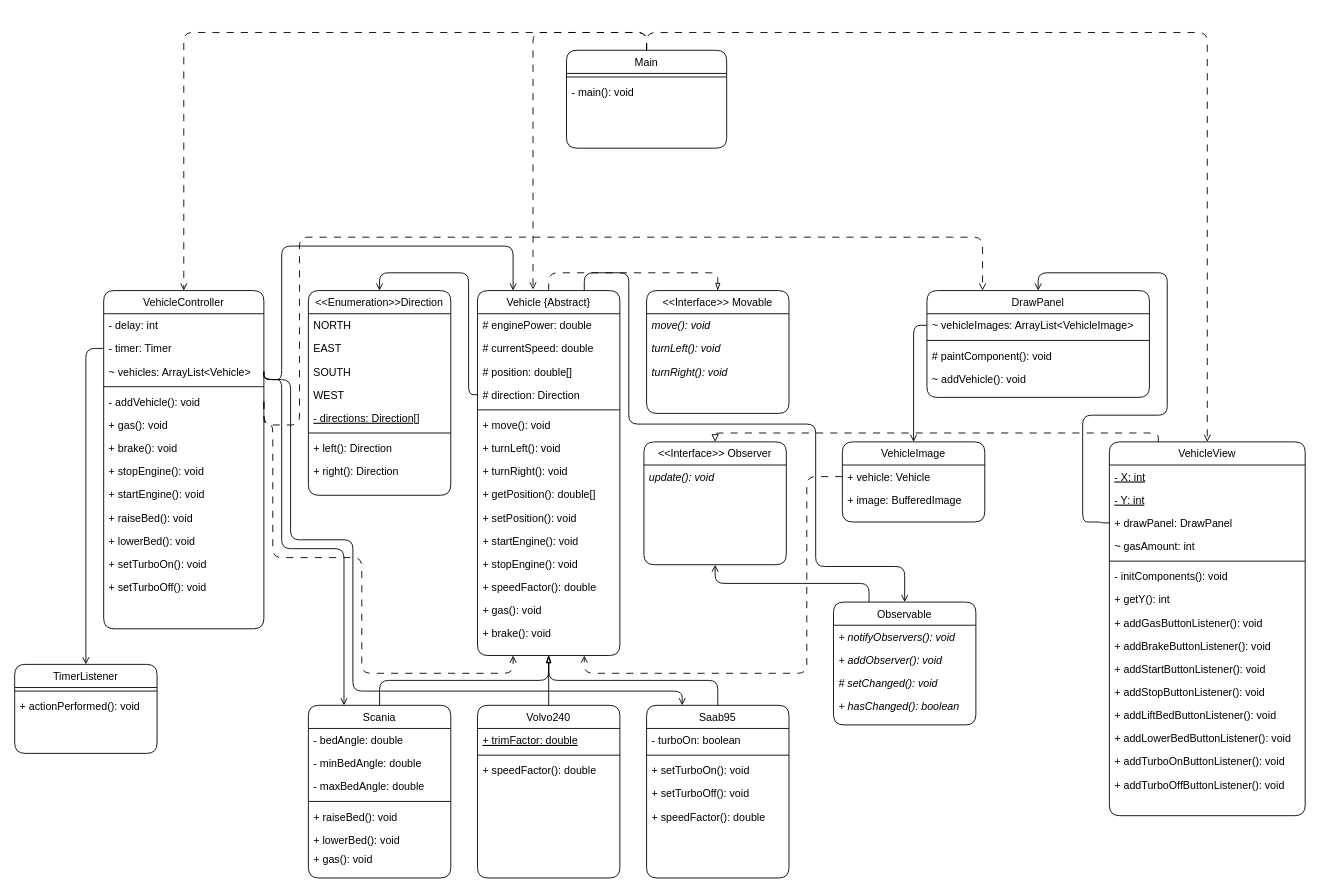
Earlier version of the draw.io diagram target/classes/Lab3_del2.drawio (ElliotMS-Chalmers/TDA553-lab-4). Source tidied: cells renumbered, new cells numbered last; positions are measured from the earlier drawing's top-left corner, leaving out a move shared by most shapes. Both pictures are drawn from the tidied source at 89%, with x=0, y=0 at pixel (14, 50).
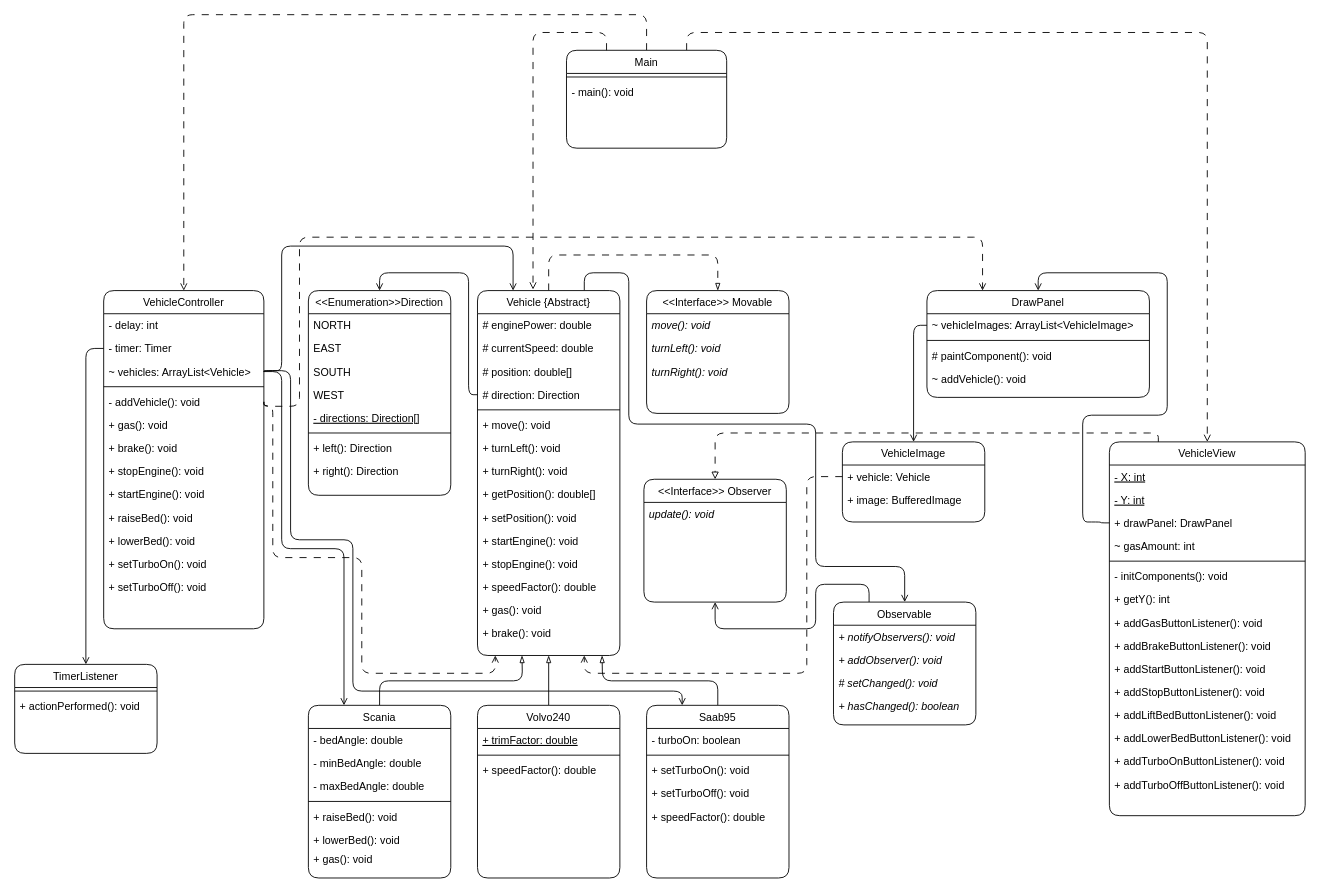
The same diagram, later.

The change refers to these unchanged cells:
```xml
<mxCell id="2" value="VehicleController" style="swimlane;fontStyle=0;align=center;verticalAlign=top;horizontal=1;startSize=26;rounded=1;shadow=0;strokeWidth=1;" parent="1" vertex="1">
  <mxGeometry x="100" y="270" width="180" height="380" as="geometry" />
</mxCell>
<mxCell id="5" value="~ vehicles: ArrayList&lt;Vehicle&gt;" style="text;align=left;verticalAlign=top;spacingLeft=4;spacingRight=4;overflow=hidden;points=[[0,0.5],[1,0.5]];portConstraint=eastwest;rounded=1;" parent="2" vertex="1">
  <mxGeometry y="78" width="180" height="26" as="geometry" />
</mxCell>
<mxCell id="7" value="- addVehicle(): void" style="text;align=left;verticalAlign=top;spacingLeft=4;spacingRight=4;overflow=hidden;points=[[0,0.5],[1,0.5]];portConstraint=eastwest;rounded=1;" parent="2" vertex="1">
  <mxGeometry y="112" width="180" height="26" as="geometry" />
</mxCell>
<mxCell id="17" value="Saab95" style="swimlane;fontStyle=0;align=center;verticalAlign=top;horizontal=1;startSize=26;rounded=1;shadow=0;strokeWidth=1;" parent="1" vertex="1">
  <mxGeometry x="710" y="736" width="160" height="194" as="geometry" />
</mxCell>
<mxCell id="24" value="VehicleView" style="swimlane;fontStyle=0;align=center;verticalAlign=top;horizontal=1;startSize=26;rounded=1;shadow=0;strokeWidth=1;" parent="1" vertex="1">
  <mxGeometry x="1230" y="440" width="220" height="420" as="geometry" />
</mxCell>
<mxCell id="40" value="DrawPanel" style="swimlane;fontStyle=0;align=center;verticalAlign=top;horizontal=1;startSize=26;rounded=1;shadow=0;strokeWidth=1;" parent="1" vertex="1">
  <mxGeometry x="1025" y="270" width="250" height="120" as="geometry" />
</mxCell>
<mxCell id="49" value="Scania" style="swimlane;fontStyle=0;align=center;verticalAlign=top;horizontal=1;startSize=26;rounded=1;shadow=0;strokeWidth=1;" parent="1" vertex="1">
  <mxGeometry x="330" y="736" width="160" height="194" as="geometry" />
</mxCell>
<mxCell id="62" value="&lt;&lt;Interface&gt;&gt; Movable" style="swimlane;fontStyle=0;align=center;verticalAlign=top;horizontal=1;startSize=26;rounded=1;shadow=0;strokeWidth=1;" parent="1" vertex="1">
  <mxGeometry x="710" y="270" width="160" height="138" as="geometry" />
</mxCell>
<mxCell id="68" value="Vehicle {Abstract}" style="swimlane;fontStyle=0;align=center;verticalAlign=top;horizontal=1;startSize=26;rounded=1;shadow=0;strokeWidth=1;" parent="1" vertex="1">
  <mxGeometry x="520" y="270" width="160" height="410" as="geometry" />
</mxCell>
<mxCell id="107" value="Main" style="swimlane;fontStyle=0;align=center;verticalAlign=top;horizontal=1;startSize=26;rounded=1;shadow=0;strokeWidth=1;" parent="1" vertex="1">
  <mxGeometry x="620" width="180" height="110" as="geometry" />
</mxCell>
<mxCell id="114" value="Observable" style="swimlane;fontStyle=0;align=center;verticalAlign=top;horizontal=1;startSize=26;rounded=1;shadow=0;strokeWidth=1;" parent="1" vertex="1">
  <mxGeometry x="920" y="620" width="160" height="138" as="geometry" />
</mxCell>
```

Diff of the diagram source:
```diff
@@
-    <mxCell id="16" style="edgeStyle=orthogonalEdgeStyle;rounded=1;jettySize=auto;html=1;exitX=0.5;exitY=0;exitDx=0;exitDy=0;entryX=0.5;entryY=1;entryDx=0;entryDy=0;endArrow=blockThin;endFill=0;" parent="1" edge="1" source="17" target="68">
-      <mxGeometry relative="1" as="geometry" />
+    <mxCell id="16" style="edgeStyle=orthogonalEdgeStyle;rounded=1;jettySize=auto;html=1;exitX=0.5;exitY=0;exitDx=0;exitDy=0;endArrow=blockThin;endFill=0;" parent="1" edge="1" source="17">
+      <mxGeometry relative="1" as="geometry">
+        <mxPoint x="660" y="680" as="targetPoint" />
+      </mxGeometry>
     </mxCell>
@@
-    <mxCell id="48" style="edgeStyle=orthogonalEdgeStyle;rounded=1;jettySize=auto;html=1;exitX=0.5;exitY=0;exitDx=0;exitDy=0;entryX=0.5;entryY=1;entryDx=0;entryDy=0;endArrow=blockThin;endFill=0;" parent="1" edge="1" source="49" target="68">
-      <mxGeometry relative="1" as="geometry" />
+    <mxCell id="48" style="edgeStyle=orthogonalEdgeStyle;rounded=1;jettySize=auto;html=1;exitX=0.5;exitY=0;exitDx=0;exitDy=0;endArrow=blockThin;endFill=0;" parent="1" edge="1" source="49">
+      <mxGeometry relative="1" as="geometry">
+        <mxPoint x="570" y="680" as="targetPoint" />
+      </mxGeometry>
     </mxCell>
@@
     <mxCell id="66" style="edgeStyle=orthogonalEdgeStyle;rounded=1;jettySize=auto;html=1;exitX=0.5;exitY=0;exitDx=0;exitDy=0;entryX=0.5;entryY=0;entryDx=0;entryDy=0;dashed=1;dashPattern=8 8;endArrow=blockThin;endFill=0;" parent="1" edge="1" source="68" target="62">
-      <mxGeometry relative="1" as="geometry" />
+      <mxGeometry relative="1" as="geometry">
+        <Array as="points">
+          <mxPoint x="600" y="230" />
+          <mxPoint x="790" y="230" />
+        </Array>
+      </mxGeometry>
     </mxCell>
@@
     <mxCell id="100" style="edgeStyle=orthogonalEdgeStyle;rounded=1;jettySize=auto;html=1;exitX=1;exitY=0.5;exitDx=0;exitDy=0;entryX=0.25;entryY=0;entryDx=0;entryDy=0;endArrow=open;endFill=0;" parent="1" edge="1" source="5" target="68">
       <mxGeometry relative="1" as="geometry">
         <Array as="points">
-          <mxPoint x="280" y="370" />
-          <mxPoint x="300" y="370" />
+          <mxPoint x="300" y="360" />
           <mxPoint x="300" y="220" />
           <mxPoint x="560" y="220" />
         </Array>
       </mxGeometry>
     </mxCell>
     <mxCell id="101" style="edgeStyle=orthogonalEdgeStyle;rounded=1;jettySize=auto;html=1;exitX=1;exitY=0.5;exitDx=0;exitDy=0;entryX=0.25;entryY=0;entryDx=0;entryDy=0;endArrow=open;endFill=0;" parent="1" edge="1" source="5" target="49">
       <mxGeometry relative="1" as="geometry">
         <Array as="points">
-          <mxPoint x="280" y="370" />
-          <mxPoint x="300" y="370" />
+          <mxPoint x="300" y="361" />
           <mxPoint x="300" y="560" />
           <mxPoint x="370" y="560" />
         </Array>
       </mxGeometry>
     </mxCell>
     <mxCell id="102" style="edgeStyle=orthogonalEdgeStyle;rounded=1;jettySize=auto;html=1;exitX=1;exitY=0.5;exitDx=0;exitDy=0;entryX=0.25;entryY=0;entryDx=0;entryDy=0;endArrow=open;endFill=0;" parent="1" edge="1" source="5" target="17">
       <mxGeometry relative="1" as="geometry">
         <Array as="points">
-          <mxPoint x="280" y="370" />
-          <mxPoint x="310" y="370" />
+          <mxPoint x="310" y="360" />
           <mxPoint x="310" y="550" />
           <mxPoint x="380" y="550" />
           <mxPoint x="380" y="720" />
           <mxPoint x="750" y="720" />
         </Array>
       </mxGeometry>
     </mxCell>
-    <mxCell id="103" style="edgeStyle=orthogonalEdgeStyle;rounded=1;jettySize=auto;html=1;exitX=1;exitY=0.5;exitDx=0;exitDy=0;entryX=0.25;entryY=1;entryDx=0;entryDy=0;dashed=1;dashPattern=8 8;endArrow=open;endFill=0;" parent="1" edge="1" source="7" target="68">
+    <mxCell id="103" style="edgeStyle=orthogonalEdgeStyle;rounded=1;jettySize=auto;html=1;exitX=1;exitY=0.5;exitDx=0;exitDy=0;dashed=1;dashPattern=8 8;endArrow=open;endFill=0;" parent="1" edge="1" source="7">
       <mxGeometry relative="1" as="geometry">
+        <mxPoint x="540" y="680" as="targetPoint" />
         <Array as="points">
-          <mxPoint x="290" y="421" />
+          <mxPoint x="280" y="400" />
+          <mxPoint x="290" y="400" />
           <mxPoint x="290" y="570" />
           <mxPoint x="390" y="570" />
           <mxPoint x="390" y="700" />
-          <mxPoint x="560" y="700" />
+          <mxPoint x="540" y="700" />
         </Array>
       </mxGeometry>
     </mxCell>
     <mxCell id="104" style="edgeStyle=orthogonalEdgeStyle;rounded=1;jettySize=auto;html=1;exitX=1;exitY=0.5;exitDx=0;exitDy=0;entryX=0.25;entryY=0;entryDx=0;entryDy=0;dashed=1;dashPattern=8 8;endArrow=open;endFill=0;" parent="1" edge="1" source="7" target="40">
       <mxGeometry relative="1" as="geometry">
         <Array as="points">
-          <mxPoint x="320" y="421" />
+          <mxPoint x="280" y="400" />
+          <mxPoint x="320" y="400" />
           <mxPoint x="320" y="210" />
           <mxPoint x="1088" y="210" />
         </Array>
       </mxGeometry>
     </mxCell>
     <mxCell id="105" style="edgeStyle=orthogonalEdgeStyle;jettySize=auto;html=1;exitX=0.5;exitY=0;exitDx=0;exitDy=0;entryX=0.5;entryY=0;entryDx=0;entryDy=0;rounded=1;endArrow=open;endFill=0;dashed=1;dashPattern=8 8;" parent="1" edge="1" source="107" target="2">
-      <mxGeometry relative="1" as="geometry" />
+      <mxGeometry relative="1" as="geometry">
+        <Array as="points">
+          <mxPoint x="710" y="-40" />
+          <mxPoint x="190" y="-40" />
+        </Array>
+      </mxGeometry>
     </mxCell>
-    <mxCell id="106" style="edgeStyle=orthogonalEdgeStyle;jettySize=auto;html=1;exitX=0.5;exitY=0;exitDx=0;exitDy=0;dashed=1;dashPattern=8 8;endArrow=open;endFill=0;rounded=1;" parent="1" edge="1" source="107" target="24">
+    <mxCell id="106" style="edgeStyle=orthogonalEdgeStyle;jettySize=auto;html=1;exitX=0.75;exitY=0;exitDx=0;exitDy=0;dashed=1;dashPattern=8 8;endArrow=open;endFill=0;rounded=1;" parent="1" edge="1" source="107" target="24">
       <mxGeometry relative="1" as="geometry" />
     </mxCell>
@@
-    <mxCell id="110" style="edgeStyle=orthogonalEdgeStyle;rounded=1;jettySize=auto;html=1;exitX=0.5;exitY=0;exitDx=0;exitDy=0;entryX=0.39;entryY=-0.003;entryDx=0;entryDy=0;entryPerimeter=0;dashed=1;dashPattern=8 8;endArrow=open;endFill=0;" parent="1" edge="1" source="107" target="68">
+    <mxCell id="110" style="edgeStyle=orthogonalEdgeStyle;rounded=1;jettySize=auto;html=1;exitX=0.25;exitY=0;exitDx=0;exitDy=0;entryX=0.39;entryY=-0.003;entryDx=0;entryDy=0;entryPerimeter=0;dashed=1;dashPattern=8 8;endArrow=open;endFill=0;" parent="1" edge="1" source="107" target="68">
       <mxGeometry relative="1" as="geometry" />
     </mxCell>
     <mxCell id="111" value="&lt;&lt;Interface&gt;&gt; Observer" style="swimlane;fontStyle=0;align=center;verticalAlign=top;horizontal=1;startSize=26;rounded=1;shadow=0;strokeWidth=1;" parent="1" vertex="1">
-      <mxGeometry x="707" y="440" width="160" height="138" as="geometry" />
+      <mxGeometry x="707" y="482" width="160" height="138" as="geometry" />
     </mxCell>
@@
     <mxCell id="113" style="edgeStyle=orthogonalEdgeStyle;rounded=1;jettySize=auto;html=1;exitX=0.25;exitY=0;exitDx=0;exitDy=0;entryX=0.5;entryY=1;entryDx=0;entryDy=0;endArrow=open;endFill=0;" parent="1" edge="1" source="114" target="111">
-      <mxGeometry relative="1" as="geometry" />
+      <mxGeometry relative="1" as="geometry">
+        <Array as="points">
+          <mxPoint x="960" y="600" />
+          <mxPoint x="900" y="600" />
+          <mxPoint x="900" y="650" />
+          <mxPoint x="787" y="650" />
+        </Array>
+      </mxGeometry>
     </mxCell>
```
